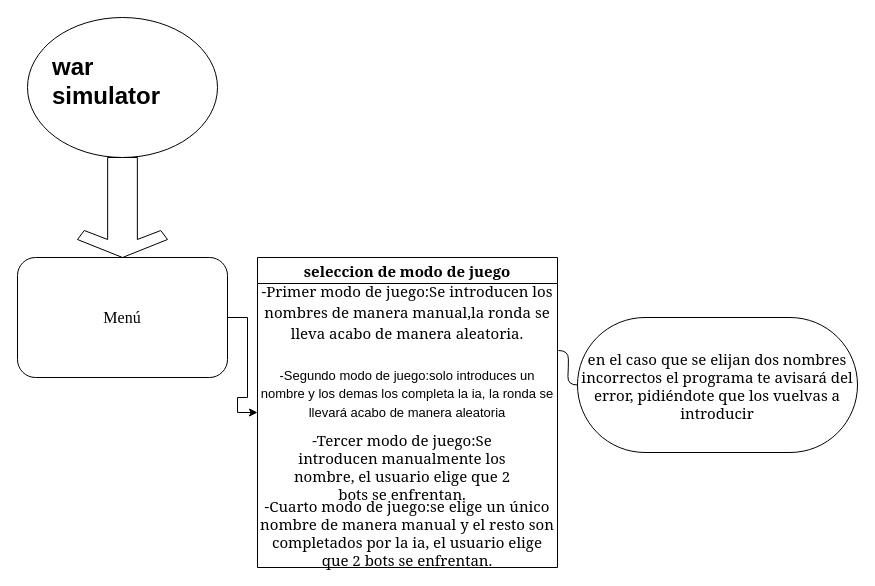
This is Untitled Diagram.drawio from iglesiascaballeropablo/Trabajo, a draw.io file, before an edit. Source tidied: cells renumbered, new cells numbered last; positions are measured from the earlier drawing's top-left corner, leaving out a move shared by most shapes. Both pictures are drawn from the tidied source at 100%, with x=0, y=0 at pixel (17, 17).
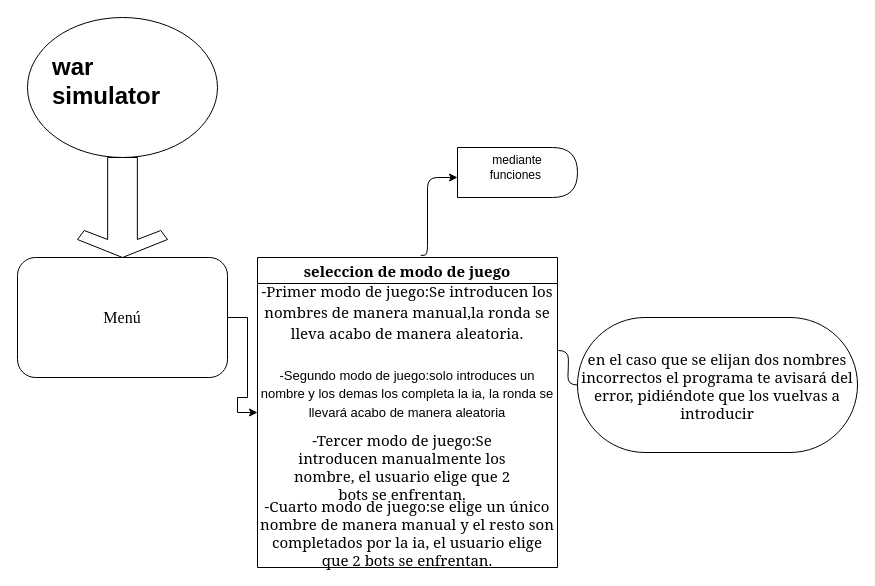
Above is the later version.

What changed in the source:
```diff
@@
 <mxGraphModel>
   <root>
     <mxCell id="0" />
     <mxCell id="1" parent="0" />
     <mxCell id="2" style="ellipse;whiteSpace=wrap;html=1;" parent="1" vertex="1">
       <mxGeometry x="10" width="190" height="140" as="geometry" />
     </mxCell>
     <mxCell id="3" value="&lt;h1&gt;war simulator&lt;/h1&gt;" style="text;html=1;strokeColor=none;fillColor=none;spacing=5;spacingTop=-20;whiteSpace=wrap;overflow=hidden;rounded=0;" parent="1" vertex="1">
       <mxGeometry x="30" y="30" width="150" height="80" as="geometry" />
     </mxCell>
     <mxCell id="4" style="html=1;shadow=0;dashed=0;align=center;verticalAlign=middle;shape=mxgraph.arrows2.sharpArrow2;dy1=0.67;dx1=18;dx2=18;dy3=0.15;dx3=27;notch=0;direction=south;" parent="1" vertex="1">
       <mxGeometry x="60" y="140" width="90" height="100" as="geometry" />
     </mxCell>
     <mxCell id="5" style="edgeStyle=orthogonalEdgeStyle;rounded=0;jettySize=auto;html=1;" parent="1" edge="1" source="6" target="7">
       <mxGeometry relative="1" as="geometry" />
     </mxCell>
     <mxCell id="6" value="&lt;font face=&quot;Times New Roman&quot; size=&quot;3&quot;&gt;Menú&lt;/font&gt;" style="rounded=1;whiteSpace=wrap;html=1;" parent="1" vertex="1">
       <mxGeometry y="240" width="210" height="120" as="geometry" />
     </mxCell>
     <mxCell id="7" value="seleccion de modo de juego" style="swimlane;fontStyle=1;horizontal=1;startSize=26;fontFamily=Georgia;fontSize=15;" parent="1" vertex="1">
       <mxGeometry x="240" y="240" width="300" height="310" as="geometry" />
     </mxCell>
     <mxCell id="8" value="&lt;h3&gt;&lt;span style=&quot;font-size: 15px ; font-weight: normal&quot;&gt;&lt;font style=&quot;font-size: 15px&quot;&gt;-Primer modo de juego:Se introducen los nombres de manera manual,la ronda se lleva acabo de manera aleatoria.&lt;/font&gt;&lt;/span&gt;&lt;/h3&gt;&lt;div&gt;&lt;span style=&quot;font-weight: normal&quot;&gt;&lt;font style=&quot;font-size: 12px&quot;&gt;&lt;br&gt;&lt;/font&gt;&lt;/span&gt;&lt;/div&gt;" style="text;html=1;strokeColor=none;fillColor=none;align=center;verticalAlign=middle;whiteSpace=wrap;rounded=0;fontFamily=Georgia;fontSize=15;" parent="7" vertex="1">
       <mxGeometry y="26" width="300" height="74" as="geometry" />
     </mxCell>
     <mxCell id="9" value="&lt;font face=&quot;Helvetica&quot; style=&quot;font-size: 13px&quot;&gt;-Segundo modo de juego:solo introduces un nombre y los demas los completa la ia, la ronda se llevará acabo de manera aleatoria&lt;/font&gt;" style="text;html=1;strokeColor=none;fillColor=none;align=center;verticalAlign=middle;whiteSpace=wrap;rounded=0;fontFamily=Georgia;fontSize=15;" parent="7" vertex="1">
       <mxGeometry y="100" width="300" height="70" as="geometry" />
     </mxCell>
     <mxCell id="10" value="&lt;h3&gt;&lt;br&gt;&lt;/h3&gt;&lt;div&gt;&lt;br&gt;&lt;/div&gt;&lt;div&gt;&lt;br&gt;&lt;/div&gt;" style="text;html=1;align=center;verticalAlign=middle;strokeColor=none;" parent="7" vertex="1">
       <mxGeometry y="170" width="300" height="70" as="geometry" />
     </mxCell>
     <mxCell id="11" value="-Cuarto modo de juego:se elige un único nombre de manera manual y el resto son completados por la ia, el usuario elige que 2 bots se enfrentan." style="text;html=1;strokeColor=none;fillColor=none;align=center;verticalAlign=middle;whiteSpace=wrap;rounded=0;fontFamily=Georgia;fontSize=15;" parent="7" vertex="1">
       <mxGeometry y="240" width="300" height="70" as="geometry" />
     </mxCell>
     <mxCell id="12" value="&lt;br&gt;&lt;span&gt;-Tercer modo de juego:Se introducen manualmente los nombre, el usuario elige que 2 bots se enfrentan.&lt;/span&gt;" style="text;html=1;strokeColor=none;fillColor=none;align=center;verticalAlign=middle;whiteSpace=wrap;rounded=0;fontFamily=Georgia;fontSize=15;" parent="1" vertex="1">
       <mxGeometry x="260" y="400" width="250" height="80" as="geometry" />
     </mxCell>
     <mxCell id="13" value="en el caso que se elijan dos nombres incorrectos el programa te avisará del error, pidiéndote que los vuelvas a introducir" style="whiteSpace=wrap;html=1;rounded=1;arcSize=50;align=center;verticalAlign=middle;strokeWidth=1;spacing=4;newEdgeStyle={&quot;edgeStyle&quot;:&quot;entityRelationEdgeStyle&quot;,&quot;startArrow&quot;:&quot;none&quot;,&quot;endArrow&quot;:&quot;none&quot;,&quot;segment&quot;:10,&quot;curved&quot;:1};fontFamily=Georgia;fontSize=15;" parent="1" vertex="1">
       <mxGeometry x="560" y="300" width="280" height="135" as="geometry" />
     </mxCell>
     <mxCell id="14" style="edgeStyle=entityRelationEdgeStyle;startArrow=none;endArrow=none;segment=10;curved=1;fontFamily=Georgia;fontSize=15;exitX=1.003;exitY=0.905;exitDx=0;exitDy=0;exitPerimeter=0;" parent="1" edge="1" source="8" target="13">
       <mxGeometry relative="1" as="geometry" />
     </mxCell>
+    <mxCell id="15" style="edgeStyle=elbowEdgeStyle;elbow=horizontal;endArrow=classic;html=1;exitX=0.544;exitY=-0.007;exitDx=0;exitDy=0;exitPerimeter=0;" parent="1" edge="1" source="7">
+      <mxGeometry relative="1" as="geometry">
+        <mxPoint x="440" y="160" as="targetPoint" />
+        <Array as="points">
+          <mxPoint x="410" y="230" />
+        </Array>
+      </mxGeometry>
+    </mxCell>
+    <mxCell id="16" style="shape=delay;whiteSpace=wrap;html=1;" parent="1" vertex="1">
+      <mxGeometry x="440" y="130" width="120" height="50" as="geometry" />
+    </mxCell>
+    <mxCell id="17" value="mediante funciones&amp;nbsp;" style="text;html=1;strokeColor=none;fillColor=none;align=center;verticalAlign=middle;whiteSpace=wrap;rounded=0;" parent="1" vertex="1">
+      <mxGeometry x="460" y="130" width="80" height="40" as="geometry" />
+    </mxCell>
   </root>
 </mxGraphModel>
```
